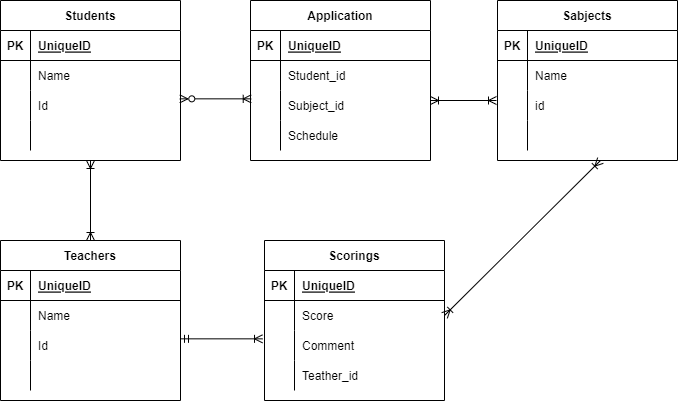
Above: DRAW.drawio.png in akihiroabe50/ER- (draw.io), before the change. Source tidied: cells renumbered, new cells last; positions are measured from the earlier drawing's top-left corner, leaving out a move shared by most shapes.
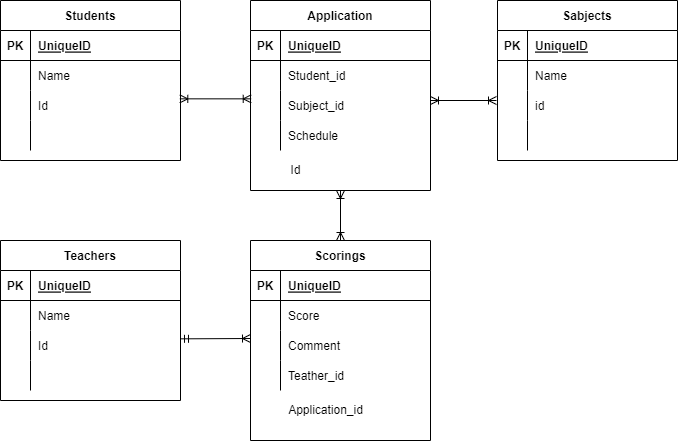
After the commit.

Diff of the diagram source:
```diff
@@ -120,7 +120,7 @@
       <mxGeometry x="30" width="150" height="30" as="geometry" />
     </mxCell>
     <mxCell id="41" value="Scorings" style="shape=table;startSize=30;rowLines=0;fontStyle=1;align=center;" parent="1" vertex="1">
-      <mxGeometry x="264" y="240" width="180" height="160" as="geometry" />
+      <mxGeometry x="250" y="240" width="180" height="200" as="geometry" />
     </mxCell>
     <mxCell id="42" style="shape=partialRectangle;fillColor=none;top=0;left=0;bottom=1;right=0;" parent="41" vertex="1">
       <mxGeometry y="30" width="180" height="30" as="geometry" />
@@ -158,12 +158,12 @@
     <mxCell id="53" value="Teather_id" style="shape=partialRectangle;fillColor=none;top=0;left=0;bottom=0;right=0;align=left;spacingLeft=6;overflow=hidden;" parent="51" vertex="1">
       <mxGeometry x="30" width="150" height="30" as="geometry" />
     </mxCell>
-    <mxCell id="54" style="endArrow=ERoneToMany;html=1;exitX=0.996;exitY=0.278;exitDx=0;exitDy=0;exitPerimeter=0;startArrow=ERzeroToMany;startFill=0;endFill=0;entryX=0.004;entryY=0.278;entryDx=0;entryDy=0;entryPerimeter=0;" parent="1" edge="1" source="9" target="66">
+    <mxCell id="54" style="endArrow=ERoneToMany;html=1;exitX=0.996;exitY=0.278;exitDx=0;exitDy=0;exitPerimeter=0;startArrow=ERoneToMany;startFill=0;endFill=0;entryX=0.004;entryY=0.278;entryDx=0;entryDy=0;entryPerimeter=0;" parent="1" edge="1" source="9" target="66">
       <mxGeometry relative="1" as="geometry" />
     </mxCell>
-    <mxCell id="55" style="endArrow=ERoneToMany;html=1;exitX=1;exitY=0.278;exitDx=0;exitDy=0;exitPerimeter=0;entryX=-0.011;entryY=0.278;entryDx=0;entryDy=0;entryPerimeter=0;endFill=0;startArrow=ERmandOne;startFill=0;" parent="1" edge="1" source="35">
+    <mxCell id="55" style="endArrow=ERoneToMany;html=1;exitX=1;exitY=0.278;exitDx=0;exitDy=0;exitPerimeter=0;endFill=0;startArrow=ERmandOne;startFill=0;" parent="1" edge="1" source="35">
       <mxGeometry relative="1" as="geometry">
-        <mxPoint x="262" y="338.3" as="targetPoint" />
+        <mxPoint x="250" y="338" as="targetPoint" />
       </mxGeometry>
     </mxCell>
     <mxCell id="56" style="endArrow=ERoneToMany;html=1;endFill=0;startArrow=ERoneToMany;startFill=0;" parent="1" edge="1">
@@ -172,17 +172,11 @@
         <mxPoint x="496" y="100" as="targetPoint" />
       </mxGeometry>
     </mxCell>
-    <mxCell id="57" style="endArrow=ERoneToMany;html=1;exitX=1;exitY=0.5;exitDx=0;exitDy=0;endFill=0;startArrow=ERoneToMany;startFill=0;" parent="1" edge="1">
-      <mxGeometry relative="1" as="geometry">
-        <mxPoint x="444" y="315" as="sourcePoint" />
-        <mxPoint x="600" y="160" as="targetPoint" />
-      </mxGeometry>
+    <mxCell id="57" style="endArrow=ERoneToMany;html=1;endFill=0;startArrow=ERoneToMany;startFill=0;entryX=0.5;entryY=1;entryDx=0;entryDy=0;exitX=0.5;exitY=0;exitDx=0;exitDy=0;" parent="1" edge="1" source="41" target="59">
+      <mxGeometry relative="1" as="geometry" />
     </mxCell>
-    <mxCell id="58" style="endArrow=ERoneToMany;html=1;entryX=0.5;entryY=1;entryDx=0;entryDy=0;exitX=0.5;exitY=0;exitDx=0;exitDy=0;endFill=0;startArrow=ERoneToMany;startFill=0;" parent="1" edge="1" source="28" target="2">
-      <mxGeometry relative="1" as="geometry" />
-    </mxCell>
     <mxCell id="59" value="Application" style="shape=table;startSize=30;rowLines=0;fontStyle=1;align=center;" parent="1" vertex="1">
-      <mxGeometry x="250" width="180" height="160" as="geometry" />
+      <mxGeometry x="250" width="180" height="190" as="geometry" />
     </mxCell>
     <mxCell id="60" style="shape=partialRectangle;fillColor=none;top=0;left=0;bottom=1;right=0;" parent="59" vertex="1">
       <mxGeometry y="30" width="180" height="30" as="geometry" />
@@ -220,5 +214,11 @@
     <mxCell id="71" value="Schedule" style="shape=partialRectangle;fillColor=none;top=0;left=0;bottom=0;right=0;align=left;spacingLeft=6;overflow=hidden;" parent="69" vertex="1">
       <mxGeometry x="30" width="150" height="30" as="geometry" />
     </mxCell>
+    <mxCell id="72" value="Application_id" style="text;html=1;align=center;verticalAlign=middle;strokeColor=none;fillColor=none;" parent="1" vertex="1">
+      <mxGeometry x="280" y="400" width="90" height="20" as="geometry" />
+    </mxCell>
+    <mxCell id="73" value="Id" style="text;html=1;align=center;verticalAlign=middle;strokeColor=none;fillColor=none;" parent="1" vertex="1">
+      <mxGeometry x="280" y="160" width="30" height="20" as="geometry" />
+    </mxCell>
   </root>
 </mxGraphModel>
```
